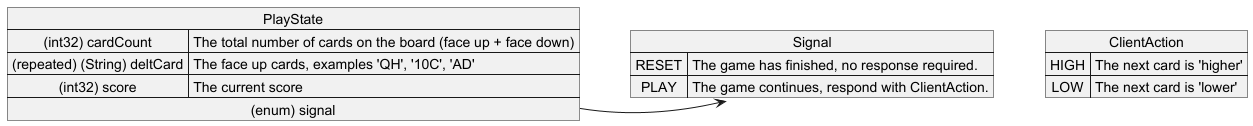
Before: documentation/simulations/HighLowCards/proto.png, a diagram exported from PlantUML (graham-evans/AISandbox-Server). The source it was exported from:
```plantuml
@startuml

map Signal {
RESET => The game has finished, no response required.
PLAY => The game continues, respond with ClientAction.
}

map PlayState{
 (int32) cardCount => The total number of cards on the board (face up + face down)
 (repeated) (String) deltCard => The face up cards, examples 'QH', '10C', 'AD'
 (int32) score => The current score
 (enum) signal *-> Signal
}

map ClientAction {
HIGH => The next card is 'higher'
LOW => The next card is 'lower'
}
@enduml
```
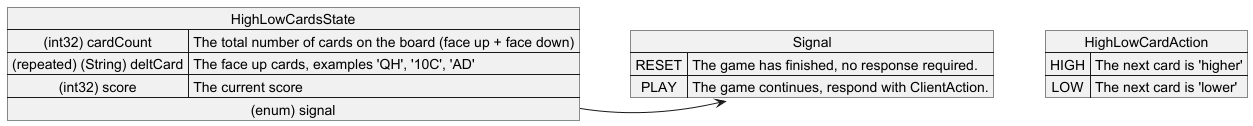
After the commit.

Change to the diagram source:
```diff
@@ -5,14 +5,14 @@
 PLAY => The game continues, respond with ClientAction.
 }
 
-map PlayState{
+map HighLowCardsState{
  (int32) cardCount => The total number of cards on the board (face up + face down)
  (repeated) (String) deltCard => The face up cards, examples 'QH', '10C', 'AD'
  (int32) score => The current score
  (enum) signal *-> Signal
 }
 
-map ClientAction {
+map HighLowCardAction {
 HIGH => The next card is 'higher'
 LOW => The next card is 'lower'
 }
```
